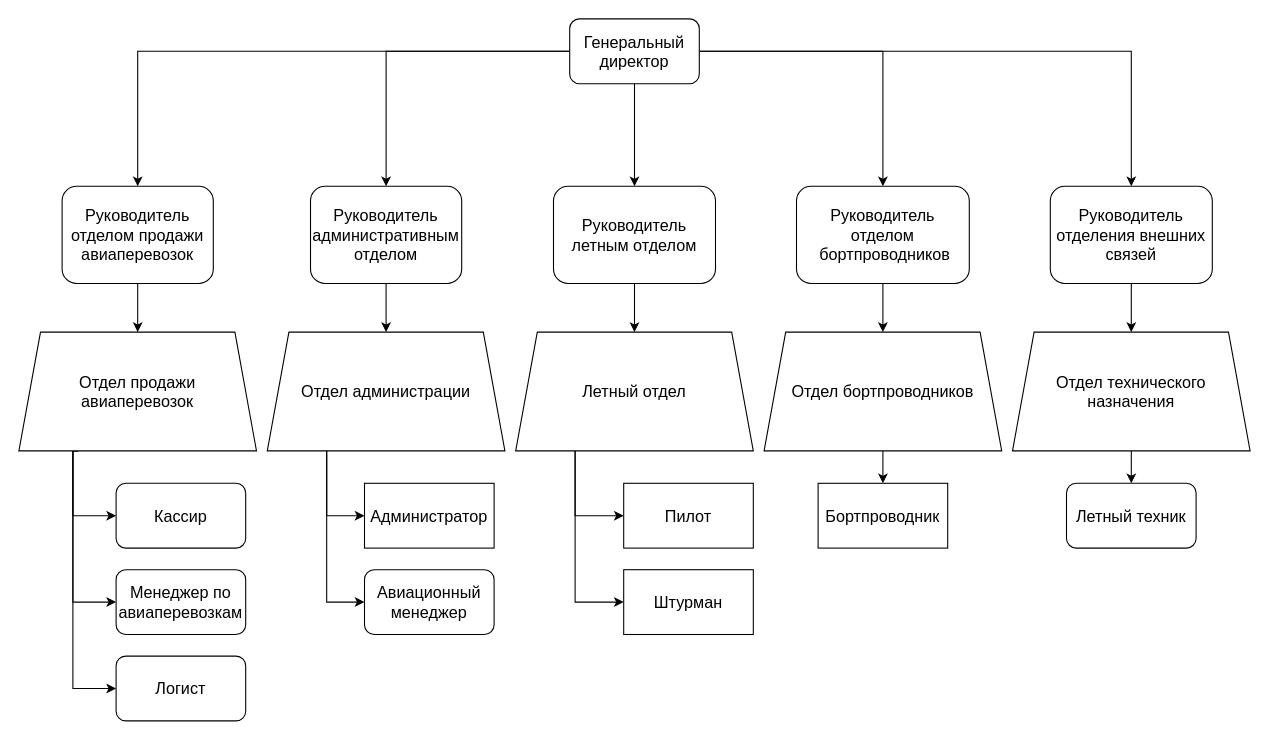
The draw.io diagram fewfewefwem.drawio in 1DeMeNToR1/RocketModUpdater_32, before the edit. Source tidied: cells renumbered, new cells numbered last; positions are measured from the earlier drawing's top-left corner, leaving out a move shared by most shapes. Both pictures are drawn from the tidied source at 108%, with x=0, y=0 at pixel (18, 18).
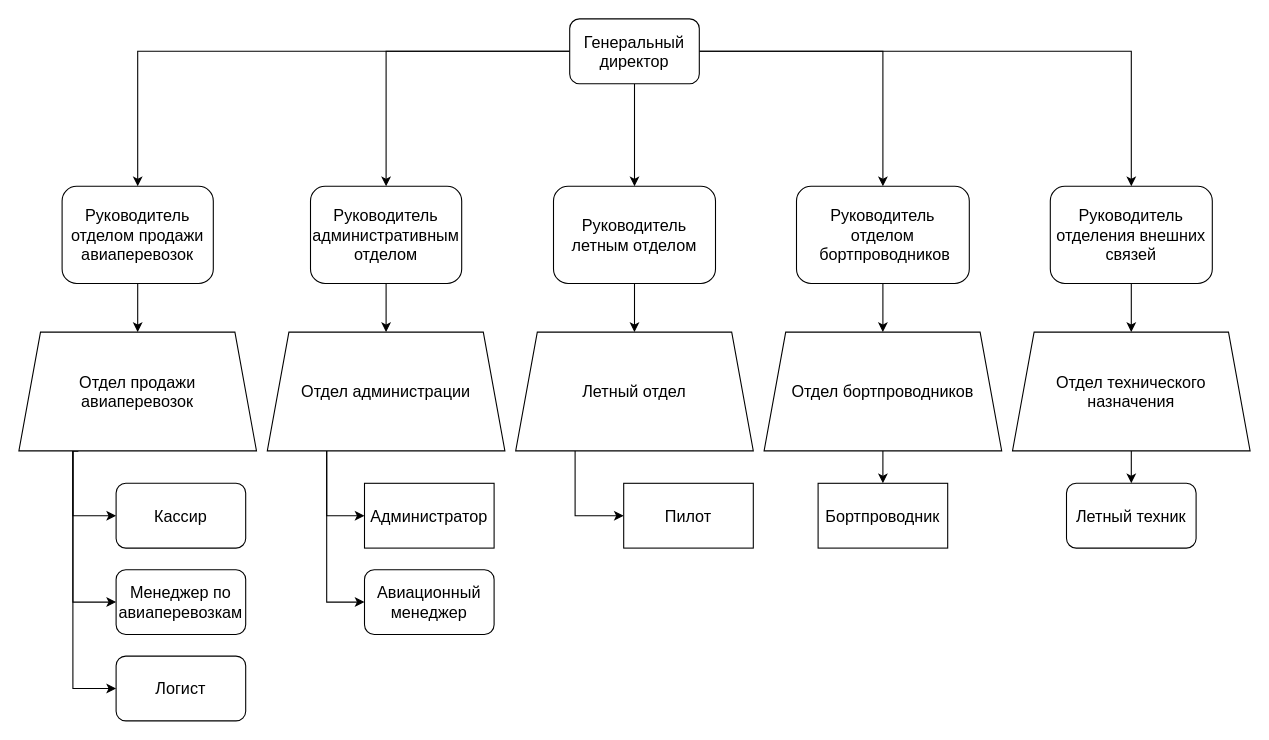
Above is the later version.

Unchanged cells that the change refers to:
```xml
<mxCell id="25" value="&lt;span style=&quot;&quot;&gt;Летный отдел&lt;br&gt;&lt;/span&gt;" style="shape=trapezoid;perimeter=trapezoidPerimeter;whiteSpace=wrap;html=1;fixedSize=1;fontSize=15;" parent="1" vertex="1">
  <mxGeometry x="460" y="290" width="220" height="110" as="geometry" />
</mxCell>
```

The edit, as a diff of the source:
```diff
@@
-    <mxCell id="24" style="edgeStyle=orthogonalEdgeStyle;rounded=0;jettySize=auto;html=1;exitX=0.25;exitY=1;exitDx=0;exitDy=0;entryX=0;entryY=0.5;entryDx=0;entryDy=0;fontSize=15;" parent="1" edge="1" source="25" target="39">
-      <mxGeometry relative="1" as="geometry" />
-    </mxCell>
@@
-    <mxCell id="39" value="Штурман" style="rounded=0;whiteSpace=wrap;html=1;fontSize=15;" parent="1" vertex="1">
-      <mxGeometry x="560" y="510" width="120" height="60" as="geometry" />
-    </mxCell>
```
